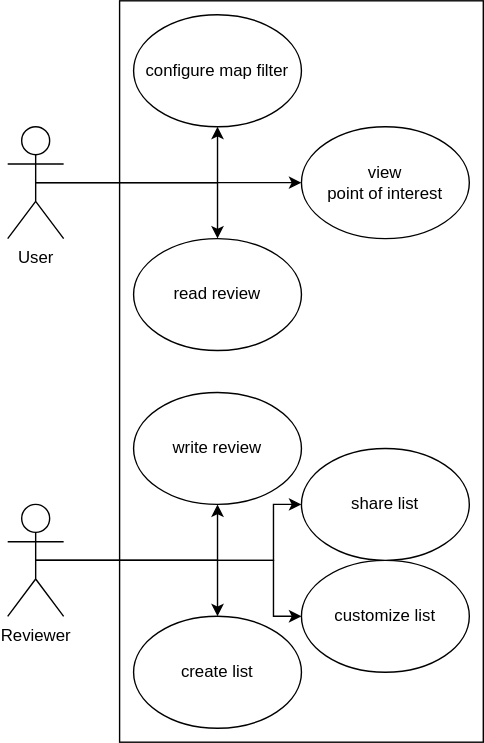
Earlier version of the draw.io export docs/assets/srs/usecasediagram.svg (green-sprout/green-sprout.github.io). Source tidied: cells renumbered, new cells last; positions are measured from the earlier drawing's top-left corner, leaving out a move shared by most shapes.
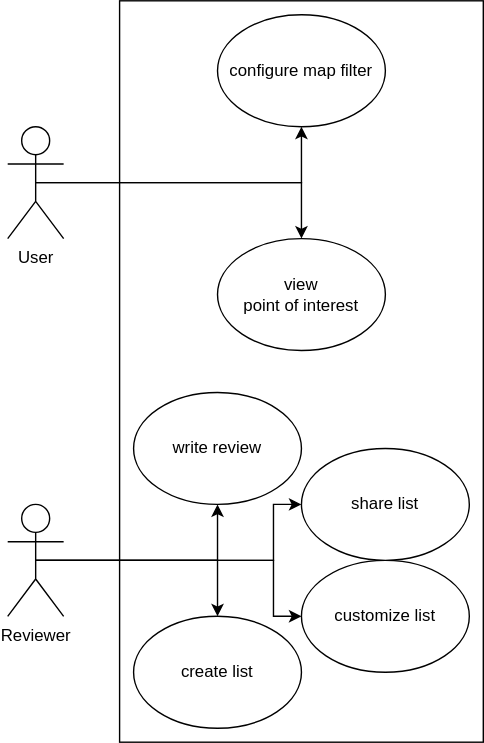
Later version of the same file.

Commit message:
Changed Use Case diagramm & formating

The edit, as a diff of the source:
```diff
@@ -8,16 +8,8 @@
     <mxCell id="3" style="edgeStyle=orthogonalEdgeStyle;rounded=0;jettySize=auto;html=1;exitX=0.5;exitY=0.5;exitDx=0;exitDy=0;exitPerimeter=0;entryX=0.5;entryY=1;entryDx=0;entryDy=0;" parent="1" edge="1" source="6" target="12">
       <mxGeometry relative="1" as="geometry" />
     </mxCell>
-    <mxCell id="4" style="edgeStyle=orthogonalEdgeStyle;rounded=0;jettySize=auto;html=1;exitX=0.5;exitY=0.5;exitDx=0;exitDy=0;exitPerimeter=0;entryX=0.5;entryY=0;entryDx=0;entryDy=0;" parent="1" edge="1" source="6" target="14">
-      <mxGeometry relative="1" as="geometry" />
-    </mxCell>
-    <mxCell id="5" style="edgeStyle=orthogonalEdgeStyle;rounded=0;jettySize=auto;html=1;exitX=0.5;exitY=0.5;exitDx=0;exitDy=0;exitPerimeter=0;entryX=0;entryY=0.5;entryDx=0;entryDy=0;" parent="1" edge="1" source="6" target="18">
-      <mxGeometry relative="1" as="geometry">
-        <Array as="points">
-          <mxPoint x="200" y="130" />
-          <mxPoint x="200" y="130" />
-        </Array>
-      </mxGeometry>
+    <mxCell id="5" style="edgeStyle=orthogonalEdgeStyle;rounded=0;jettySize=auto;html=1;exitX=0.5;exitY=0.5;exitDx=0;exitDy=0;exitPerimeter=0;entryX=0.5;entryY=0;entryDx=0;entryDy=0;" parent="1" edge="1" source="6" target="18">
+      <mxGeometry relative="1" as="geometry" />
     </mxCell>
     <mxCell id="6" value="&lt;div&gt;User&lt;/div&gt;&lt;div&gt;&lt;br&gt;&lt;/div&gt;" style="shape=umlActor;verticalLabelPosition=bottom;verticalAlign=top;html=1;outlineConnect=0;" parent="1" vertex="1">
       <mxGeometry y="90" width="40" height="80" as="geometry" />
@@ -48,14 +40,11 @@
       <mxGeometry y="360" width="40" height="80" as="geometry" />
     </mxCell>
     <mxCell id="12" value="configure map filter" style="ellipse;whiteSpace=wrap;html=1;" parent="1" vertex="1">
-      <mxGeometry x="90" y="10" width="120" height="80" as="geometry" />
+      <mxGeometry x="150" y="10" width="120" height="80" as="geometry" />
     </mxCell>
     <mxCell id="13" value="write review" style="ellipse;whiteSpace=wrap;html=1;" parent="1" vertex="1">
       <mxGeometry x="90" y="280" width="120" height="80" as="geometry" />
     </mxCell>
-    <mxCell id="14" value="read review" style="ellipse;whiteSpace=wrap;html=1;" parent="1" vertex="1">
-      <mxGeometry x="90" y="170" width="120" height="80" as="geometry" />
-    </mxCell>
     <mxCell id="15" value="create list" style="ellipse;whiteSpace=wrap;html=1;" parent="1" vertex="1">
       <mxGeometry x="90" y="440" width="120" height="80" as="geometry" />
     </mxCell>
@@ -66,7 +55,7 @@
       <mxGeometry x="210" y="320" width="120" height="80" as="geometry" />
     </mxCell>
     <mxCell id="18" value="&lt;div&gt;view&lt;/div&gt;&lt;div&gt;point of interest&lt;br&gt;&lt;/div&gt;" style="ellipse;whiteSpace=wrap;html=1;" parent="1" vertex="1">
-      <mxGeometry x="210" y="90" width="120" height="80" as="geometry" />
+      <mxGeometry x="150" y="170" width="120" height="80" as="geometry" />
     </mxCell>
   </root>
 </mxGraphModel>
```
